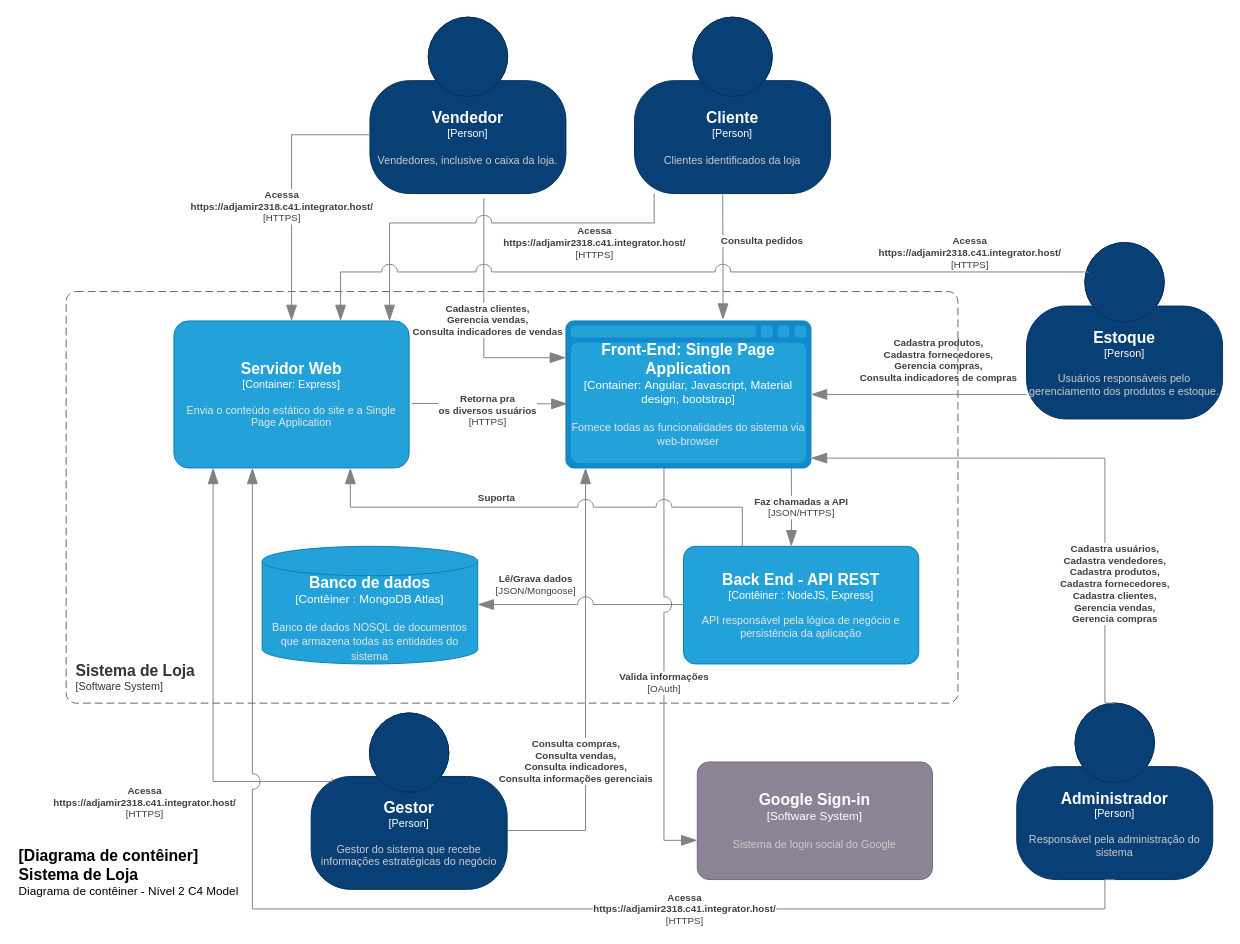
Above: page "Nível 2 - Contêiner" (2 of 4) of projeto/documentacao/C4Model.drawio in adjamirgalvao/pucminas (draw.io), before the change. Source tidied: cells renumbered, new cells numbered last; positions are measured from the earlier drawing's top-left corner, leaving out a move shared by most shapes. Both pictures are drawn from the tidied source at 98%, with x=0, y=0 at pixel (17, 17).
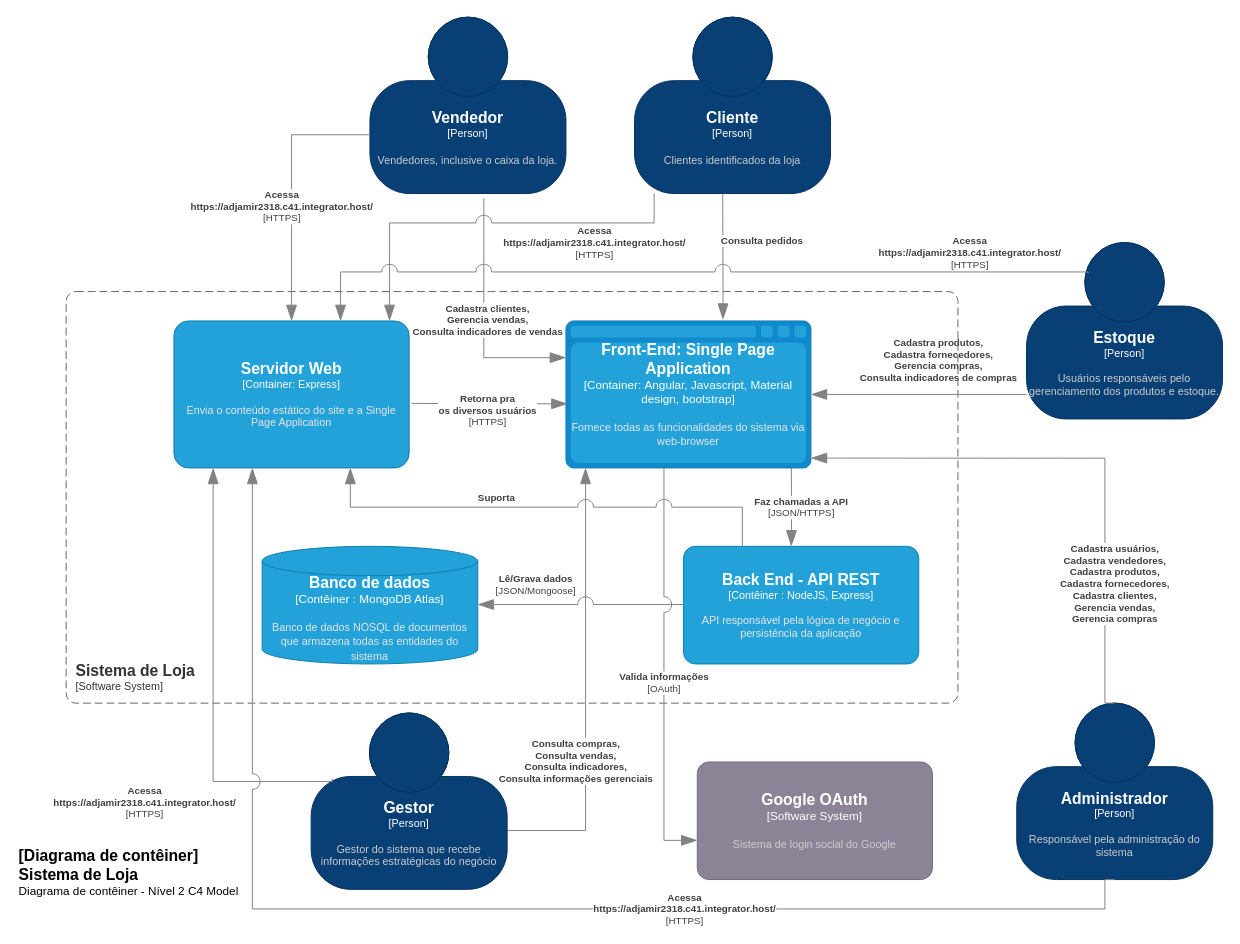
Above is the later version.

Commit message (it also covers changes not shown here):
corrigindo diagramas do c4 model (trocando google sign-in por google oauth)

Diff of the diagram source:
```diff
@@
-    <object id="12" label="&lt;font style=&quot;font-size: 16px&quot;&gt;&lt;b&gt;%c4Name%&lt;/b&gt;&lt;/font&gt;&lt;div&gt;[%c4Type%]&lt;/div&gt;&lt;br&gt;&lt;div&gt;&lt;font style=&quot;font-size: 11px&quot;&gt;&lt;font color=&quot;#cccccc&quot;&gt;%c4Description%&lt;/font&gt;&lt;/div&gt;" c4Description="Sistema de login social do Google" c4Name="Google Sign-in" c4Type="Software System" placeholders="1">
+    <object id="12" label="&lt;font style=&quot;font-size: 16px&quot;&gt;&lt;b&gt;%c4Name%&lt;/b&gt;&lt;/font&gt;&lt;div&gt;[%c4Type%]&lt;/div&gt;&lt;br&gt;&lt;div&gt;&lt;font style=&quot;font-size: 11px&quot;&gt;&lt;font color=&quot;#cccccc&quot;&gt;%c4Description%&lt;/font&gt;&lt;/div&gt;" c4Description="Sistema de login social do Google" c4Name="Google OAuth" c4Type="Software System" placeholders="1">
       <mxCell style="rounded=1;whiteSpace=wrap;html=1;labelBackgroundColor=none;fillColor=#8C8496;fontColor=#ffffff;align=center;arcSize=10;strokeColor=#736782;points=[[0.25,0,0],[0.5,0,0],[0.75,0,0],[1,0.25,0],[1,0.5,0],[1,0.75,0],[0.75,1,0],[0.5,1,0],[0.25,1,0],[0,0.75,0],[0,0.5,0],[0,0.25,0]];fontSize=12;" parent="1" vertex="1">
         <mxGeometry x="694" y="760" width="240" height="120" as="geometry" />
       </mxCell>
     </object>
```
